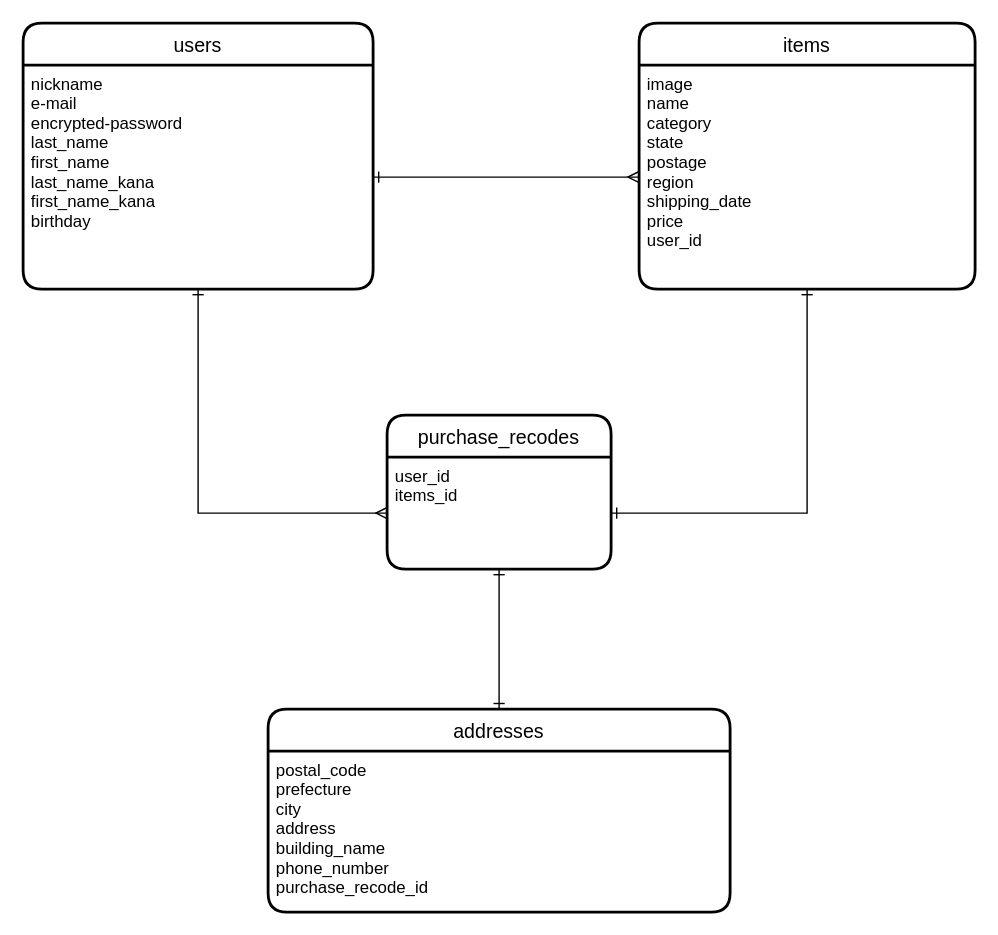
This is furima.dio from be-chan/furima-30320, a draw.io file, before an edit. Source tidied: cells renumbered, new cells numbered last; positions are measured from the earlier drawing's top-left corner, leaving out a move shared by most shapes. Both pictures are drawn from the tidied source at 140%, with x=0, y=0 at pixel (22, 22).
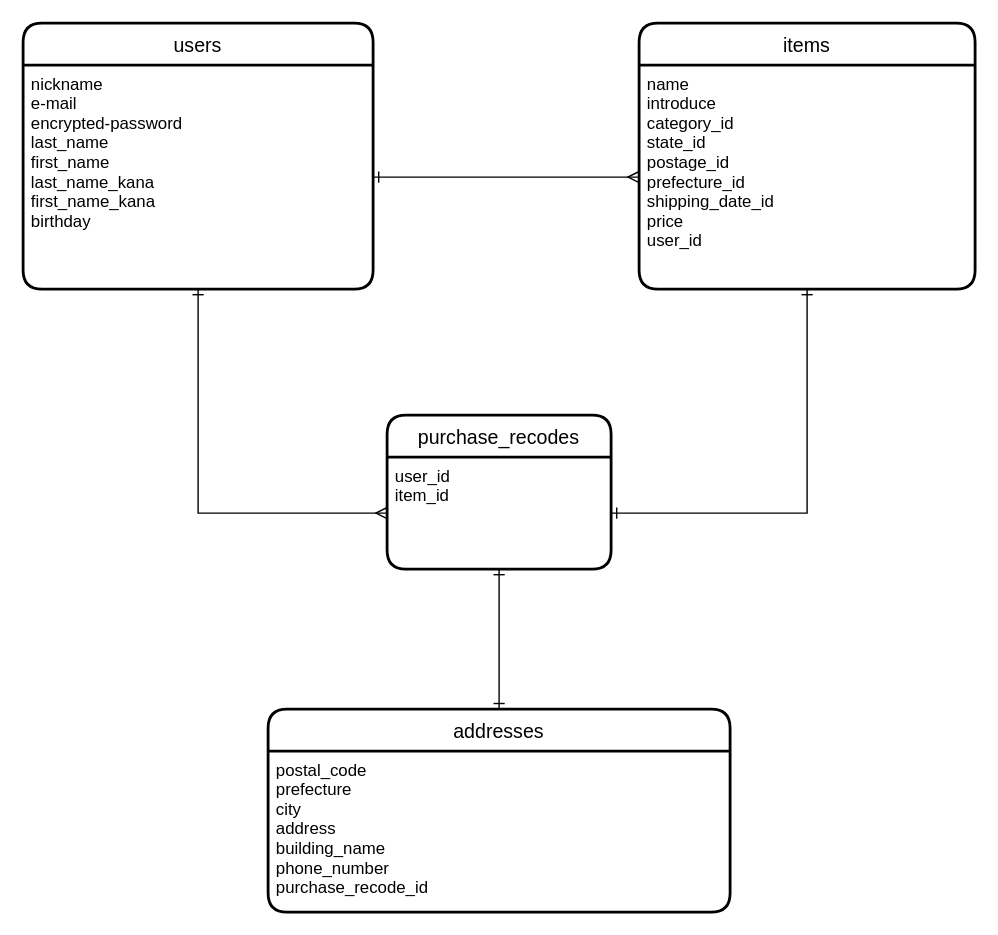
The same page after the edit.

Diff of the diagram source:
```diff
@@
 <mxGraphModel>
   <root>
     <mxCell id="0" />
     <mxCell id="1" parent="0" />
     <mxCell id="2" value="users" style="swimlane;horizontal=1;startSize=30;rounded=1;fontSize=14;fontStyle=0;strokeWidth=2;shadow=0;dashed=0;align=center;" parent="1" vertex="1">
       <mxGeometry width="250" height="190" as="geometry" />
     </mxCell>
     <mxCell id="3" value="nickname&#10;e-mail&#10;encrypted-password&#10;last_name&#10;first_name&#10;last_name_kana&#10;first_name_kana&#10;birthday&#10;" style="align=left;strokeColor=none;fillColor=none;spacingLeft=4;fontSize=12;verticalAlign=top;" parent="2" vertex="1">
       <mxGeometry y="30" width="250" height="160" as="geometry" />
     </mxCell>
     <mxCell id="4" value="items" style="swimlane;horizontal=1;startSize=30;rounded=1;fontSize=14;fontStyle=0;strokeWidth=2;shadow=0;dashed=0;align=center;" parent="1" vertex="1">
       <mxGeometry x="440" width="240" height="190" as="geometry" />
     </mxCell>
-    <mxCell id="5" value="image&#10;name&#10;category&#10;state&#10;postage&#10;region&#10;shipping_date&#10;price&#10;user_id" style="align=left;strokeColor=none;fillColor=none;spacingLeft=4;fontSize=12;verticalAlign=top;" parent="4" vertex="1">
+    <mxCell id="5" value="name&#10;introduce&#10;category_id&#10;state_id&#10;postage_id&#10;prefecture_id&#10;shipping_date_id&#10;price&#10;user_id" style="align=left;strokeColor=none;fillColor=none;spacingLeft=4;fontSize=12;verticalAlign=top;" parent="4" vertex="1">
       <mxGeometry y="30" width="240" height="160" as="geometry" />
     </mxCell>
     <mxCell id="6" value="purchase_recodes" style="swimlane;horizontal=1;startSize=30;rounded=1;fontSize=14;fontStyle=0;strokeWidth=2;shadow=0;dashed=0;align=center;" parent="1" vertex="1">
       <mxGeometry x="260" y="280" width="160" height="110" as="geometry" />
     </mxCell>
-    <mxCell id="7" value="user_id&#10;items_id" style="align=left;strokeColor=none;fillColor=none;spacingLeft=4;fontSize=12;verticalAlign=top;" parent="6" vertex="1">
+    <mxCell id="7" value="user_id&#10;item_id" style="align=left;strokeColor=none;fillColor=none;spacingLeft=4;fontSize=12;verticalAlign=top;" parent="6" vertex="1">
       <mxGeometry y="30" width="160" height="80" as="geometry" />
     </mxCell>
     <mxCell id="8" value="addresses" style="swimlane;horizontal=1;startSize=30;rounded=1;fontSize=14;fontStyle=0;strokeWidth=2;shadow=0;dashed=0;align=center;" parent="1" vertex="1">
       <mxGeometry x="175" y="490" width="330" height="145" as="geometry" />
     </mxCell>
     <mxCell id="9" value="postal_code&#10;prefecture&#10;city&#10;address&#10;building_name&#10;phone_number&#10;purchase_recode_id" style="align=left;strokeColor=none;fillColor=none;spacingLeft=4;fontSize=12;verticalAlign=top;" parent="8" vertex="1">
       <mxGeometry y="30" width="330" height="115" as="geometry" />
     </mxCell>
     <mxCell id="10" style="edgeStyle=orthogonalEdgeStyle;rounded=0;jettySize=auto;html=1;exitX=1;exitY=0.5;exitDx=0;exitDy=0;entryX=0;entryY=0.5;entryDx=0;entryDy=0;endArrow=ERmany;endFill=0;startArrow=ERone;startFill=0;" parent="1" edge="1" source="3" target="5">
       <mxGeometry relative="1" as="geometry" />
     </mxCell>
     <mxCell id="11" style="edgeStyle=orthogonalEdgeStyle;rounded=0;jettySize=auto;html=1;exitX=0.5;exitY=1;exitDx=0;exitDy=0;entryX=0;entryY=0.5;entryDx=0;entryDy=0;endArrow=ERmany;endFill=0;startArrow=ERone;startFill=0;" parent="1" edge="1" source="3" target="7">
       <mxGeometry relative="1" as="geometry" />
     </mxCell>
     <mxCell id="12" style="edgeStyle=orthogonalEdgeStyle;rounded=0;jettySize=auto;html=1;exitX=0.5;exitY=1;exitDx=0;exitDy=0;entryX=1;entryY=0.5;entryDx=0;entryDy=0;endArrow=ERone;endFill=0;startArrow=ERone;startFill=0;" parent="1" edge="1" source="5" target="7">
       <mxGeometry relative="1" as="geometry" />
     </mxCell>
     <mxCell id="13" style="edgeStyle=orthogonalEdgeStyle;rounded=0;jettySize=auto;html=1;exitX=0.5;exitY=1;exitDx=0;exitDy=0;entryX=0.5;entryY=0;entryDx=0;entryDy=0;startArrow=ERone;startFill=0;endArrow=ERone;endFill=0;" parent="1" edge="1" source="7" target="8">
       <mxGeometry relative="1" as="geometry" />
     </mxCell>
   </root>
 </mxGraphModel>
```
